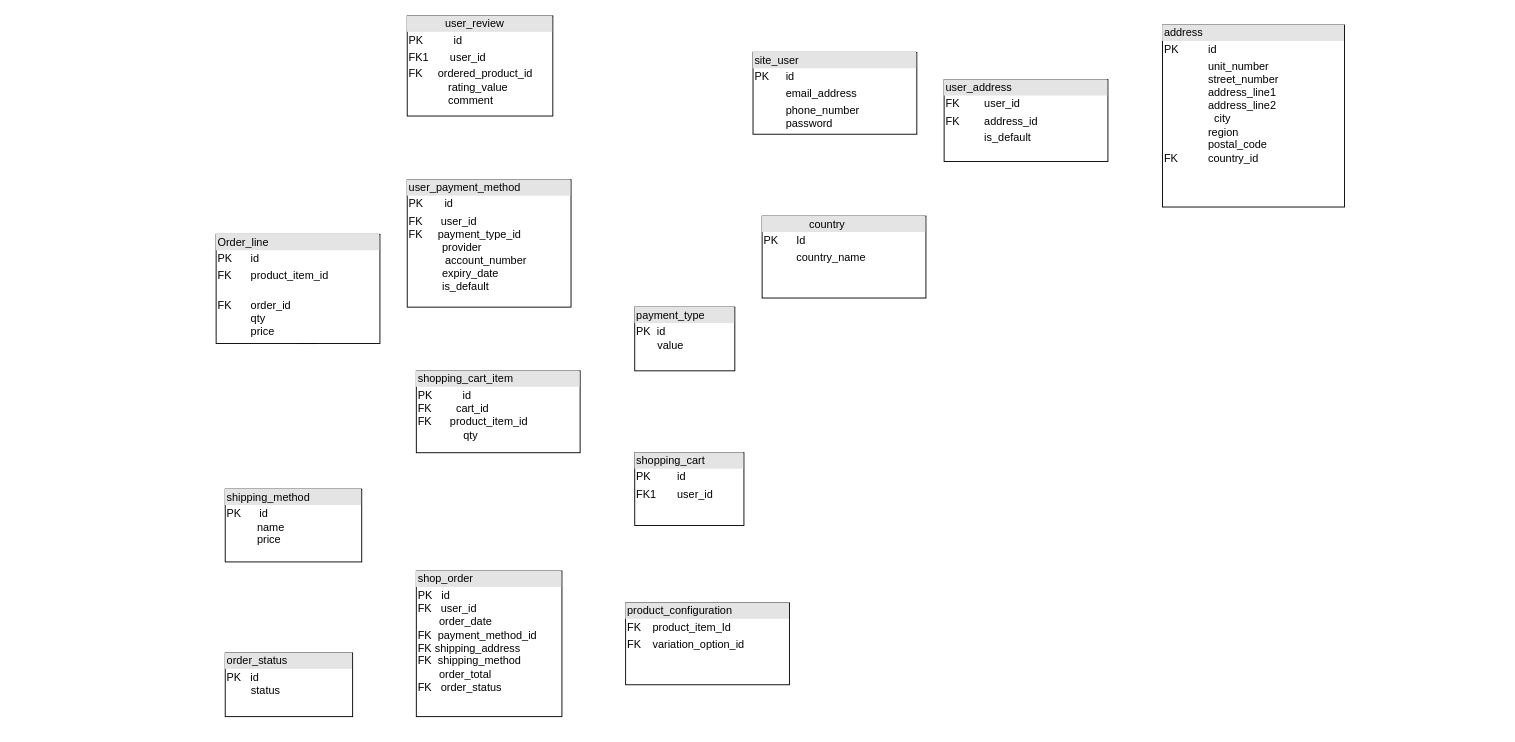
FerdoushiNahar/Java keeps this draw.io diagram as JavaNotes/Database/E-Commerce.drawio. Above is the earlier version. Source tidied: cells renumbered, new cells numbered last; positions are measured from the earlier drawing's top-left corner, leaving out a move shared by most shapes. Both pictures are drawn from the tidied source at 91%, with x=0, y=0 at pixel (216, 15).
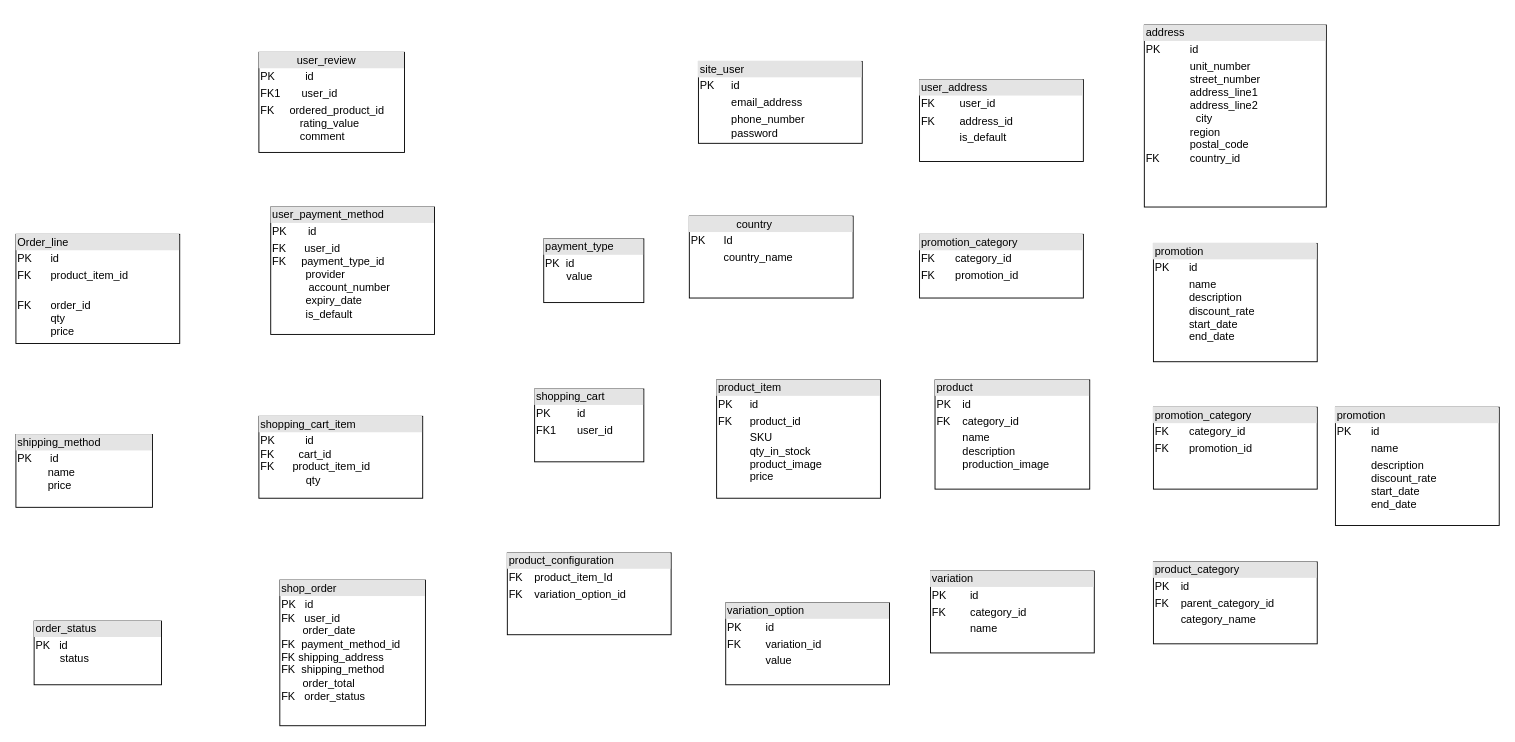
Above is the later version.

Change to the diagram source:
```diff
@@
-    <mxCell id="2" style="edgeStyle=orthogonalEdgeStyle;rounded=0;jettySize=auto;html=1;exitX=0.5;exitY=1;exitDx=0;exitDy=0;" parent="1" edge="1" source="3">
-      <mxGeometry relative="1" as="geometry">
-        <mxPoint x="110" y="340" as="targetPoint" />
-      </mxGeometry>
-    </mxCell>
     <mxCell id="3" value="&lt;div style=&quot;box-sizing:border-box;width:100%;background:#e4e4e4;padding:2px;&quot;&gt;Order_line&lt;/div&gt;&lt;table style=&quot;width:100%;font-size:1em;&quot; cellpadding=&quot;2&quot; cellspacing=&quot;0&quot;&gt;&lt;tbody&gt;&lt;tr&gt;&lt;td&gt;PK&lt;/td&gt;&lt;td&gt;id&lt;br&gt;&lt;/td&gt;&lt;/tr&gt;&lt;tr&gt;&lt;td&gt;FK&amp;nbsp;&lt;br&gt;&lt;/td&gt;&lt;td&gt;product_item_id&lt;br&gt;&lt;/td&gt;&lt;/tr&gt;&lt;tr&gt;&lt;td&gt;&lt;br&gt;FK&lt;br&gt;&lt;br&gt;&lt;br&gt;&lt;br&gt;&lt;/td&gt;&lt;td&gt;order_id&lt;br&gt;qty&lt;br&gt;price&lt;/td&gt;&lt;/tr&gt;&lt;/tbody&gt;&lt;/table&gt;" style="verticalAlign=top;align=left;overflow=fill;html=1;whiteSpace=wrap;" parent="1" vertex="1">
-      <mxGeometry y="240" width="180" height="120" as="geometry" />
+      <mxGeometry x="-220" y="240" width="180" height="120" as="geometry" />
     </mxCell>
     <mxCell id="4" value="&lt;div style=&quot;box-sizing:border-box;width:100%;background:#e4e4e4;padding:2px;&quot;&gt;&amp;nbsp; &amp;nbsp; &amp;nbsp; &amp;nbsp; &amp;nbsp; &amp;nbsp; user_review&lt;/div&gt;&lt;table style=&quot;width:100%;font-size:1em;&quot; cellpadding=&quot;2&quot; cellspacing=&quot;0&quot;&gt;&lt;tbody&gt;&lt;tr&gt;&lt;td&gt;PK&amp;nbsp; &amp;nbsp; &amp;nbsp; &amp;nbsp; &amp;nbsp; id&lt;/td&gt;&lt;td&gt;&lt;br&gt;&lt;/td&gt;&lt;/tr&gt;&lt;tr&gt;&lt;td&gt;FK1&amp;nbsp; &amp;nbsp; &amp;nbsp; &amp;nbsp;user_id&lt;/td&gt;&lt;td&gt;&lt;br&gt;&lt;/td&gt;&lt;/tr&gt;&lt;tr&gt;&lt;td&gt;FK&amp;nbsp; &amp;nbsp; &amp;nbsp;ordered_product_id&lt;br&gt;&amp;nbsp; &amp;nbsp; &amp;nbsp; &amp;nbsp; &amp;nbsp; &amp;nbsp; &amp;nbsp;rating_value&lt;br&gt;&amp;nbsp; &amp;nbsp; &amp;nbsp; &amp;nbsp; &amp;nbsp; &amp;nbsp; &amp;nbsp;comment&lt;br&gt;&amp;nbsp; &amp;nbsp;&amp;nbsp;&lt;/td&gt;&lt;td&gt;&lt;br&gt;&lt;br&gt;&lt;/td&gt;&lt;/tr&gt;&lt;/tbody&gt;&lt;/table&gt;" style="verticalAlign=top;align=left;overflow=fill;html=1;whiteSpace=wrap;" parent="1" vertex="1">
-      <mxGeometry x="210" width="160" height="110" as="geometry" />
+      <mxGeometry x="47" y="40" width="160" height="110" as="geometry" />
     </mxCell>
     <mxCell id="5" value="&lt;div style=&quot;box-sizing:border-box;width:100%;background:#e4e4e4;padding:2px;&quot;&gt;user_payment_method&lt;/div&gt;&lt;table style=&quot;width:100%;font-size:1em;&quot; cellpadding=&quot;2&quot; cellspacing=&quot;0&quot;&gt;&lt;tbody&gt;&lt;tr&gt;&lt;td&gt;PK&amp;nbsp; &amp;nbsp; &amp;nbsp; &amp;nbsp;id&lt;/td&gt;&lt;td&gt;&lt;br&gt;&lt;/td&gt;&lt;/tr&gt;&lt;tr&gt;&lt;td&gt;FK&amp;nbsp; &amp;nbsp; &amp;nbsp; user_id&lt;br&gt;FK&amp;nbsp; &amp;nbsp; &amp;nbsp;payment_type_id&lt;br&gt;&amp;nbsp; &amp;nbsp; &amp;nbsp; &amp;nbsp; &amp;nbsp; &amp;nbsp;provider&lt;br&gt;&amp;nbsp; &amp;nbsp; &amp;nbsp; &amp;nbsp; &amp;nbsp; &amp;nbsp; account_number&lt;br&gt;&amp;nbsp; &amp;nbsp; &amp;nbsp; &amp;nbsp; &amp;nbsp; &amp;nbsp;expiry_date&lt;br&gt;&amp;nbsp; &amp;nbsp; &amp;nbsp; &amp;nbsp; &amp;nbsp; &amp;nbsp;is_default&lt;/td&gt;&lt;td&gt;&lt;br&gt;&lt;/td&gt;&lt;/tr&gt;&lt;tr&gt;&lt;td&gt;&lt;/td&gt;&lt;td&gt;&lt;br&gt;&lt;/td&gt;&lt;/tr&gt;&lt;/tbody&gt;&lt;/table&gt;" style="verticalAlign=top;align=left;overflow=fill;html=1;whiteSpace=wrap;" parent="1" vertex="1">
-      <mxGeometry x="210" y="180" width="180" height="140" as="geometry" />
+      <mxGeometry x="60" y="210" width="180" height="140" as="geometry" />
     </mxCell>
     <mxCell id="6" value="&lt;div style=&quot;box-sizing:border-box;width:100%;background:#e4e4e4;padding:2px;&quot;&gt;shopping_cart_item&lt;/div&gt;&lt;table style=&quot;width:100%;font-size:1em;&quot; cellpadding=&quot;2&quot; cellspacing=&quot;0&quot;&gt;&lt;tbody&gt;&lt;tr&gt;&lt;td&gt;PK&amp;nbsp; &amp;nbsp; &amp;nbsp; &amp;nbsp; &amp;nbsp; id&lt;br&gt;FK&amp;nbsp; &amp;nbsp; &amp;nbsp; &amp;nbsp; cart_id&lt;br&gt;FK&amp;nbsp; &amp;nbsp; &amp;nbsp; product_item_id&lt;br&gt;&amp;nbsp; &amp;nbsp; &amp;nbsp; &amp;nbsp; &amp;nbsp; &amp;nbsp; &amp;nbsp; &amp;nbsp;qty&lt;/td&gt;&lt;td&gt;&lt;br&gt;&lt;/td&gt;&lt;/tr&gt;&lt;tr&gt;&lt;td&gt;&lt;br&gt;&lt;/td&gt;&lt;td&gt;&lt;br&gt;&lt;/td&gt;&lt;/tr&gt;&lt;tr&gt;&lt;td&gt;&lt;/td&gt;&lt;td&gt;&lt;br&gt;&lt;/td&gt;&lt;/tr&gt;&lt;/tbody&gt;&lt;/table&gt;" style="verticalAlign=top;align=left;overflow=fill;html=1;whiteSpace=wrap;" parent="1" vertex="1">
-      <mxGeometry x="220" y="390" width="180" height="90" as="geometry" />
+      <mxGeometry x="47" y="440" width="180" height="90" as="geometry" />
     </mxCell>
     <mxCell id="7" value="&lt;div style=&quot;box-sizing:border-box;width:100%;background:#e4e4e4;padding:2px;&quot;&gt;shipping_method&lt;/div&gt;&lt;table style=&quot;width:100%;font-size:1em;&quot; cellpadding=&quot;2&quot; cellspacing=&quot;0&quot;&gt;&lt;tbody&gt;&lt;tr&gt;&lt;td&gt;PK&amp;nbsp; &amp;nbsp; &amp;nbsp; id&lt;br&gt;&amp;nbsp; &amp;nbsp; &amp;nbsp; &amp;nbsp; &amp;nbsp; name&lt;br&gt;&amp;nbsp; &amp;nbsp; &amp;nbsp; &amp;nbsp; &amp;nbsp; price&lt;/td&gt;&lt;td&gt;&lt;br&gt;&lt;/td&gt;&lt;/tr&gt;&lt;tr&gt;&lt;td&gt;&lt;br&gt;&lt;/td&gt;&lt;td&gt;&lt;br&gt;&lt;/td&gt;&lt;/tr&gt;&lt;tr&gt;&lt;td&gt;&lt;/td&gt;&lt;td&gt;&lt;br&gt;&lt;/td&gt;&lt;/tr&gt;&lt;/tbody&gt;&lt;/table&gt;" style="verticalAlign=top;align=left;overflow=fill;html=1;whiteSpace=wrap;" parent="1" vertex="1">
-      <mxGeometry x="10" y="520" width="150" height="80" as="geometry" />
+      <mxGeometry x="-220" y="460" width="150" height="80" as="geometry" />
     </mxCell>
     <mxCell id="8" value="&lt;div style=&quot;box-sizing:border-box;width:100%;background:#e4e4e4;padding:2px;&quot;&gt;order_status&lt;/div&gt;&lt;table style=&quot;width:100%;font-size:1em;&quot; cellpadding=&quot;2&quot; cellspacing=&quot;0&quot;&gt;&lt;tbody&gt;&lt;tr&gt;&lt;td&gt;PK&amp;nbsp; &amp;nbsp;id&lt;br&gt;&amp;nbsp; &amp;nbsp; &amp;nbsp; &amp;nbsp; status&lt;/td&gt;&lt;td&gt;&lt;br&gt;&lt;/td&gt;&lt;/tr&gt;&lt;tr&gt;&lt;td&gt;&lt;br&gt;&lt;/td&gt;&lt;td&gt;&lt;br&gt;&lt;/td&gt;&lt;/tr&gt;&lt;tr&gt;&lt;td&gt;&lt;/td&gt;&lt;td&gt;&lt;br&gt;&lt;/td&gt;&lt;/tr&gt;&lt;/tbody&gt;&lt;/table&gt;" style="verticalAlign=top;align=left;overflow=fill;html=1;whiteSpace=wrap;" parent="1" vertex="1">
-      <mxGeometry x="10" y="700" width="140" height="70" as="geometry" />
+      <mxGeometry x="-200" y="665" width="140" height="70" as="geometry" />
     </mxCell>
     <mxCell id="9" value="&lt;div style=&quot;box-sizing:border-box;width:100%;background:#e4e4e4;padding:2px;&quot;&gt;shop_order&lt;/div&gt;&lt;table style=&quot;width:100%;font-size:1em;&quot; cellpadding=&quot;2&quot; cellspacing=&quot;0&quot;&gt;&lt;tbody&gt;&lt;tr&gt;&lt;td&gt;PK&amp;nbsp; &amp;nbsp;id&lt;br&gt;FK&amp;nbsp; &amp;nbsp;user_id&lt;br&gt;&amp;nbsp; &amp;nbsp; &amp;nbsp; &amp;nbsp;order_date&lt;br&gt;FK&amp;nbsp; payment_method_id&lt;br&gt;FK shipping_address&lt;br&gt;FK&amp;nbsp; shipping_method&lt;br&gt;&amp;nbsp; &amp;nbsp; &amp;nbsp; &amp;nbsp;order_total&lt;br&gt;FK&amp;nbsp; &amp;nbsp;order_status&lt;br&gt;&lt;br&gt;&lt;/td&gt;&lt;td&gt;&lt;br&gt;&lt;/td&gt;&lt;/tr&gt;&lt;tr&gt;&lt;td&gt;&lt;br&gt;&lt;/td&gt;&lt;td&gt;&lt;br&gt;&lt;/td&gt;&lt;/tr&gt;&lt;tr&gt;&lt;td&gt;&lt;/td&gt;&lt;td&gt;&lt;br&gt;&lt;/td&gt;&lt;/tr&gt;&lt;/tbody&gt;&lt;/table&gt;" style="verticalAlign=top;align=left;overflow=fill;html=1;whiteSpace=wrap;" parent="1" vertex="1">
-      <mxGeometry x="220" y="610" width="160" height="160" as="geometry" />
+      <mxGeometry x="70" y="620" width="160" height="160" as="geometry" />
     </mxCell>
     <mxCell id="10" value="&lt;div style=&quot;box-sizing:border-box;width:100%;background:#e4e4e4;padding:2px;&quot;&gt;payment_type&lt;/div&gt;&lt;table style=&quot;width:100%;font-size:1em;&quot; cellpadding=&quot;2&quot; cellspacing=&quot;0&quot;&gt;&lt;tbody&gt;&lt;tr&gt;&lt;td&gt;PK&amp;nbsp; id&lt;br&gt;&amp;nbsp; &amp;nbsp; &amp;nbsp; &amp;nbsp;value&lt;/td&gt;&lt;td&gt;&lt;br&gt;&lt;/td&gt;&lt;/tr&gt;&lt;tr&gt;&lt;td&gt;&lt;br&gt;&lt;/td&gt;&lt;td&gt;&lt;br&gt;&lt;/td&gt;&lt;/tr&gt;&lt;tr&gt;&lt;td&gt;&lt;/td&gt;&lt;td&gt;&lt;br&gt;&lt;/td&gt;&lt;/tr&gt;&lt;/tbody&gt;&lt;/table&gt;" style="verticalAlign=top;align=left;overflow=fill;html=1;whiteSpace=wrap;" parent="1" vertex="1">
-      <mxGeometry x="460" y="320" width="110" height="70" as="geometry" />
+      <mxGeometry x="360" y="245" width="110" height="70" as="geometry" />
     </mxCell>
     <mxCell id="11" value="&lt;div style=&quot;box-sizing:border-box;width:100%;background:#e4e4e4;padding:2px;&quot;&gt;shopping_cart&lt;/div&gt;&lt;table style=&quot;width:100%;font-size:1em;&quot; cellpadding=&quot;2&quot; cellspacing=&quot;0&quot;&gt;&lt;tbody&gt;&lt;tr&gt;&lt;td&gt;PK&lt;/td&gt;&lt;td&gt;id&lt;/td&gt;&lt;/tr&gt;&lt;tr&gt;&lt;td&gt;FK1&lt;/td&gt;&lt;td&gt;user_id&lt;/td&gt;&lt;/tr&gt;&lt;tr&gt;&lt;td&gt;&lt;/td&gt;&lt;td&gt;&lt;br&gt;&lt;/td&gt;&lt;/tr&gt;&lt;/tbody&gt;&lt;/table&gt;" style="verticalAlign=top;align=left;overflow=fill;html=1;whiteSpace=wrap;" parent="1" vertex="1">
-      <mxGeometry x="460" y="480" width="120" height="80" as="geometry" />
+      <mxGeometry x="350" y="410" width="120" height="80" as="geometry" />
     </mxCell>
     <mxCell id="12" value="&lt;div style=&quot;box-sizing:border-box;width:100%;background:#e4e4e4;padding:2px;&quot;&gt;product_configuration&lt;/div&gt;&lt;table style=&quot;width:100%;font-size:1em;&quot; cellpadding=&quot;2&quot; cellspacing=&quot;0&quot;&gt;&lt;tbody&gt;&lt;tr&gt;&lt;td&gt;FK&lt;/td&gt;&lt;td&gt;product_item_Id&lt;/td&gt;&lt;/tr&gt;&lt;tr&gt;&lt;td&gt;FK&lt;/td&gt;&lt;td&gt;variation_option_id&lt;/td&gt;&lt;/tr&gt;&lt;tr&gt;&lt;td&gt;&lt;/td&gt;&lt;td&gt;&lt;br&gt;&lt;/td&gt;&lt;/tr&gt;&lt;/tbody&gt;&lt;/table&gt;" style="verticalAlign=top;align=left;overflow=fill;html=1;whiteSpace=wrap;" parent="1" vertex="1">
-      <mxGeometry x="450" y="645" width="180" height="90" as="geometry" />
+      <mxGeometry x="320" y="590" width="180" height="90" as="geometry" />
     </mxCell>
     <mxCell id="13" value="&lt;div style=&quot;box-sizing:border-box;width:100%;background:#e4e4e4;padding:2px;&quot;&gt;site_user&lt;/div&gt;&lt;table style=&quot;width:100%;font-size:1em;&quot; cellpadding=&quot;2&quot; cellspacing=&quot;0&quot;&gt;&lt;tbody&gt;&lt;tr&gt;&lt;td&gt;PK&lt;/td&gt;&lt;td&gt;id&lt;/td&gt;&lt;/tr&gt;&lt;tr&gt;&lt;td&gt;&lt;br&gt;&lt;/td&gt;&lt;td&gt;email_address&lt;/td&gt;&lt;/tr&gt;&lt;tr&gt;&lt;td&gt;&lt;/td&gt;&lt;td&gt;phone_number&lt;br&gt;password&lt;/td&gt;&lt;/tr&gt;&lt;/tbody&gt;&lt;/table&gt;" style="verticalAlign=top;align=left;overflow=fill;html=1;whiteSpace=wrap;" parent="1" vertex="1">
-      <mxGeometry x="590" y="40" width="180" height="90" as="geometry" />
+      <mxGeometry x="530" y="50" width="180" height="90" as="geometry" />
     </mxCell>
     <mxCell id="14" value="&lt;div style=&quot;box-sizing:border-box;width:100%;background:#e4e4e4;padding:2px;&quot;&gt;&amp;nbsp; &amp;nbsp; &amp;nbsp; &amp;nbsp; &amp;nbsp; &amp;nbsp; &amp;nbsp; &amp;nbsp;country&lt;/div&gt;&lt;table style=&quot;width:100%;font-size:1em;&quot; cellpadding=&quot;2&quot; cellspacing=&quot;0&quot;&gt;&lt;tbody&gt;&lt;tr&gt;&lt;td&gt;PK&lt;/td&gt;&lt;td&gt;Id&lt;/td&gt;&lt;/tr&gt;&lt;tr&gt;&lt;td&gt;&lt;br&gt;&lt;/td&gt;&lt;td&gt;country_name&lt;/td&gt;&lt;/tr&gt;&lt;tr&gt;&lt;td&gt;&lt;/td&gt;&lt;td&gt;&lt;br&gt;&lt;/td&gt;&lt;/tr&gt;&lt;/tbody&gt;&lt;/table&gt;" style="verticalAlign=top;align=left;overflow=fill;html=1;whiteSpace=wrap;" parent="1" vertex="1">
-      <mxGeometry x="600" y="220" width="180" height="90" as="geometry" />
+      <mxGeometry x="520" y="220" width="180" height="90" as="geometry" />
     </mxCell>
     <mxCell id="15" value="&lt;div style=&quot;box-sizing:border-box;width:100%;background:#e4e4e4;padding:2px;&quot;&gt;user_address&lt;/div&gt;&lt;table style=&quot;width:100%;font-size:1em;&quot; cellpadding=&quot;2&quot; cellspacing=&quot;0&quot;&gt;&lt;tbody&gt;&lt;tr&gt;&lt;td&gt;FK&lt;/td&gt;&lt;td&gt;user_id&lt;/td&gt;&lt;/tr&gt;&lt;tr&gt;&lt;td&gt;FK&lt;/td&gt;&lt;td&gt;address_id&lt;/td&gt;&lt;/tr&gt;&lt;tr&gt;&lt;td&gt;&lt;/td&gt;&lt;td&gt;is_default&lt;/td&gt;&lt;/tr&gt;&lt;/tbody&gt;&lt;/table&gt;" style="verticalAlign=top;align=left;overflow=fill;html=1;whiteSpace=wrap;" parent="1" vertex="1">
-      <mxGeometry x="800" y="70" width="180" height="90" as="geometry" />
+      <mxGeometry x="773" y="70" width="180" height="90" as="geometry" />
     </mxCell>
     <mxCell id="16" value="&lt;div style=&quot;box-sizing:border-box;width:100%;background:#e4e4e4;padding:2px;&quot;&gt;address&lt;/div&gt;&lt;table style=&quot;width:100%;font-size:1em;&quot; cellpadding=&quot;2&quot; cellspacing=&quot;0&quot;&gt;&lt;tbody&gt;&lt;tr&gt;&lt;td&gt;PK&lt;/td&gt;&lt;td&gt;id&lt;/td&gt;&lt;/tr&gt;&lt;tr&gt;&lt;td&gt;&lt;br&gt;&lt;br&gt;&lt;br&gt;&lt;br&gt;&lt;br&gt;&lt;br&gt;FK&amp;nbsp;&amp;nbsp;&lt;/td&gt;&lt;td&gt;unit_number&lt;br&gt;street_number&lt;br&gt;address_line1&lt;br&gt;address_line2&lt;br&gt;&amp;nbsp; city&lt;br&gt;region&lt;br&gt;postal_code&lt;br&gt;country_id&lt;br&gt;&lt;br&gt;&lt;/td&gt;&lt;/tr&gt;&lt;tr&gt;&lt;td&gt;&lt;/td&gt;&lt;td&gt;&lt;br&gt;&lt;/td&gt;&lt;/tr&gt;&lt;/tbody&gt;&lt;/table&gt;" style="verticalAlign=top;align=left;overflow=fill;html=1;whiteSpace=wrap;" parent="1" vertex="1">
-      <mxGeometry x="1040" y="10" width="200" height="200" as="geometry" />
+      <mxGeometry x="1020" y="10" width="200" height="200" as="geometry" />
     </mxCell>
+    <mxCell id="17" value="&lt;div style=&quot;box-sizing:border-box;width:100%;background:#e4e4e4;padding:2px;&quot;&gt;promotion_category&lt;/div&gt;&lt;table style=&quot;width:100%;font-size:1em;&quot; cellpadding=&quot;2&quot; cellspacing=&quot;0&quot;&gt;&lt;tbody&gt;&lt;tr&gt;&lt;td&gt;FK&lt;/td&gt;&lt;td&gt;category_id&lt;/td&gt;&lt;/tr&gt;&lt;tr&gt;&lt;td&gt;FK&lt;/td&gt;&lt;td&gt;promotion_id&lt;/td&gt;&lt;/tr&gt;&lt;tr&gt;&lt;td&gt;&lt;/td&gt;&lt;td&gt;&lt;br&gt;&lt;/td&gt;&lt;/tr&gt;&lt;/tbody&gt;&lt;/table&gt;" style="verticalAlign=top;align=left;overflow=fill;html=1;whiteSpace=wrap;" parent="1" vertex="1">
+      <mxGeometry x="773" y="240" width="180" height="70" as="geometry" />
+    </mxCell>
+    <mxCell id="18" value="&lt;div style=&quot;box-sizing:border-box;width:100%;background:#e4e4e4;padding:2px;&quot;&gt;promotion&lt;/div&gt;&lt;table style=&quot;width:100%;font-size:1em;&quot; cellpadding=&quot;2&quot; cellspacing=&quot;0&quot;&gt;&lt;tbody&gt;&lt;tr&gt;&lt;td&gt;PK&lt;/td&gt;&lt;td&gt;id&lt;/td&gt;&lt;/tr&gt;&lt;tr&gt;&lt;td&gt;&lt;br&gt;&lt;/td&gt;&lt;td&gt;name&lt;br&gt;description&lt;br&gt;discount_rate&lt;br&gt;start_date&lt;br&gt;end_date&lt;/td&gt;&lt;/tr&gt;&lt;tr&gt;&lt;td&gt;&lt;/td&gt;&lt;td&gt;&lt;br&gt;&lt;/td&gt;&lt;/tr&gt;&lt;/tbody&gt;&lt;/table&gt;" style="verticalAlign=top;align=left;overflow=fill;html=1;whiteSpace=wrap;" parent="1" vertex="1">
+      <mxGeometry x="1030" y="250" width="180" height="130" as="geometry" />
+    </mxCell>
+    <mxCell id="19" value="&lt;div style=&quot;box-sizing:border-box;width:100%;background:#e4e4e4;padding:2px;&quot;&gt;product_item&lt;/div&gt;&lt;table style=&quot;width:100%;font-size:1em;&quot; cellpadding=&quot;2&quot; cellspacing=&quot;0&quot;&gt;&lt;tbody&gt;&lt;tr&gt;&lt;td&gt;PK&lt;/td&gt;&lt;td&gt;id&lt;/td&gt;&lt;/tr&gt;&lt;tr&gt;&lt;td&gt;FK&lt;/td&gt;&lt;td&gt;product_id&lt;/td&gt;&lt;/tr&gt;&lt;tr&gt;&lt;td&gt;&lt;/td&gt;&lt;td&gt;SKU&lt;br&gt;qty_in_stock&lt;br&gt;product_image&lt;br&gt;price&lt;br&gt;&lt;br&gt;&lt;/td&gt;&lt;/tr&gt;&lt;/tbody&gt;&lt;/table&gt;" style="verticalAlign=top;align=left;overflow=fill;html=1;whiteSpace=wrap;" parent="1" vertex="1">
+      <mxGeometry x="550" y="400" width="180" height="130" as="geometry" />
+    </mxCell>
+    <mxCell id="20" value="&lt;div style=&quot;box-sizing:border-box;width:100%;background:#e4e4e4;padding:2px;&quot;&gt;variation_option&lt;/div&gt;&lt;table style=&quot;width:100%;font-size:1em;&quot; cellpadding=&quot;2&quot; cellspacing=&quot;0&quot;&gt;&lt;tbody&gt;&lt;tr&gt;&lt;td&gt;PK&lt;/td&gt;&lt;td&gt;id&lt;/td&gt;&lt;/tr&gt;&lt;tr&gt;&lt;td&gt;FK&lt;/td&gt;&lt;td&gt;variation_id&lt;/td&gt;&lt;/tr&gt;&lt;tr&gt;&lt;td&gt;&lt;/td&gt;&lt;td&gt;value&lt;/td&gt;&lt;/tr&gt;&lt;/tbody&gt;&lt;/table&gt;" style="verticalAlign=top;align=left;overflow=fill;html=1;whiteSpace=wrap;" parent="1" vertex="1">
+      <mxGeometry x="560" y="645" width="180" height="90" as="geometry" />
+    </mxCell>
+    <mxCell id="21" value="&lt;div style=&quot;box-sizing:border-box;width:100%;background:#e4e4e4;padding:2px;&quot;&gt;variation&lt;/div&gt;&lt;table style=&quot;width:100%;font-size:1em;&quot; cellpadding=&quot;2&quot; cellspacing=&quot;0&quot;&gt;&lt;tbody&gt;&lt;tr&gt;&lt;td&gt;PK&lt;/td&gt;&lt;td&gt;id&lt;/td&gt;&lt;/tr&gt;&lt;tr&gt;&lt;td&gt;FK&lt;/td&gt;&lt;td&gt;category_id&lt;/td&gt;&lt;/tr&gt;&lt;tr&gt;&lt;td&gt;&lt;/td&gt;&lt;td&gt;name&lt;/td&gt;&lt;/tr&gt;&lt;/tbody&gt;&lt;/table&gt;" style="verticalAlign=top;align=left;overflow=fill;html=1;whiteSpace=wrap;" parent="1" vertex="1">
+      <mxGeometry x="785" y="610" width="180" height="90" as="geometry" />
+    </mxCell>
+    <mxCell id="22" value="&lt;div style=&quot;box-sizing:border-box;width:100%;background:#e4e4e4;padding:2px;&quot;&gt;product&lt;/div&gt;&lt;table style=&quot;width:100%;font-size:1em;&quot; cellpadding=&quot;2&quot; cellspacing=&quot;0&quot;&gt;&lt;tbody&gt;&lt;tr&gt;&lt;td&gt;PK&lt;/td&gt;&lt;td&gt;id&lt;/td&gt;&lt;/tr&gt;&lt;tr&gt;&lt;td&gt;FK&lt;/td&gt;&lt;td&gt;category_id&lt;/td&gt;&lt;/tr&gt;&lt;tr&gt;&lt;td&gt;&lt;/td&gt;&lt;td&gt;name&lt;br&gt;description&lt;br&gt;production_image&lt;br&gt;&lt;br&gt;&lt;/td&gt;&lt;/tr&gt;&lt;/tbody&gt;&lt;/table&gt;" style="verticalAlign=top;align=left;overflow=fill;html=1;whiteSpace=wrap;" parent="1" vertex="1">
+      <mxGeometry x="790" y="400" width="170" height="120" as="geometry" />
+    </mxCell>
+    <mxCell id="23" value="&lt;div style=&quot;box-sizing:border-box;width:100%;background:#e4e4e4;padding:2px;&quot;&gt;promotion_category&lt;/div&gt;&lt;table style=&quot;width:100%;font-size:1em;&quot; cellpadding=&quot;2&quot; cellspacing=&quot;0&quot;&gt;&lt;tbody&gt;&lt;tr&gt;&lt;td&gt;FK&lt;/td&gt;&lt;td&gt;category_id&lt;/td&gt;&lt;/tr&gt;&lt;tr&gt;&lt;td&gt;FK&lt;/td&gt;&lt;td&gt;promotion_id&lt;/td&gt;&lt;/tr&gt;&lt;tr&gt;&lt;td&gt;&lt;/td&gt;&lt;td&gt;&lt;br&gt;&lt;/td&gt;&lt;/tr&gt;&lt;/tbody&gt;&lt;/table&gt;" style="verticalAlign=top;align=left;overflow=fill;html=1;whiteSpace=wrap;" parent="1" vertex="1">
+      <mxGeometry x="1030" y="430" width="180" height="90" as="geometry" />
+    </mxCell>
+    <mxCell id="24" value="&lt;div style=&quot;box-sizing:border-box;width:100%;background:#e4e4e4;padding:2px;&quot;&gt;promotion&lt;/div&gt;&lt;table style=&quot;width:100%;font-size:1em;&quot; cellpadding=&quot;2&quot; cellspacing=&quot;0&quot;&gt;&lt;tbody&gt;&lt;tr&gt;&lt;td&gt;PK&lt;/td&gt;&lt;td&gt;id&lt;/td&gt;&lt;/tr&gt;&lt;tr&gt;&lt;td&gt;&lt;br&gt;&lt;/td&gt;&lt;td&gt;name&lt;/td&gt;&lt;/tr&gt;&lt;tr&gt;&lt;td&gt;&lt;/td&gt;&lt;td&gt;description&lt;br&gt;discount_rate&lt;br&gt;start_date&lt;br&gt;end_date&lt;/td&gt;&lt;/tr&gt;&lt;/tbody&gt;&lt;/table&gt;" style="verticalAlign=top;align=left;overflow=fill;html=1;whiteSpace=wrap;" parent="1" vertex="1">
+      <mxGeometry x="1230" y="430" width="180" height="130" as="geometry" />
+    </mxCell>
+    <mxCell id="25" value="&lt;div style=&quot;box-sizing:border-box;width:100%;background:#e4e4e4;padding:2px;&quot;&gt;product_category&lt;/div&gt;&lt;table style=&quot;width:100%;font-size:1em;&quot; cellpadding=&quot;2&quot; cellspacing=&quot;0&quot;&gt;&lt;tbody&gt;&lt;tr&gt;&lt;td&gt;PK&lt;/td&gt;&lt;td&gt;id&lt;/td&gt;&lt;/tr&gt;&lt;tr&gt;&lt;td&gt;FK&lt;/td&gt;&lt;td&gt;parent_category_id&lt;/td&gt;&lt;/tr&gt;&lt;tr&gt;&lt;td&gt;&lt;/td&gt;&lt;td&gt;category_name&lt;/td&gt;&lt;/tr&gt;&lt;/tbody&gt;&lt;/table&gt;" style="verticalAlign=top;align=left;overflow=fill;html=1;whiteSpace=wrap;" parent="1" vertex="1">
+      <mxGeometry x="1030" y="600" width="180" height="90" as="geometry" />
+    </mxCell>
```
